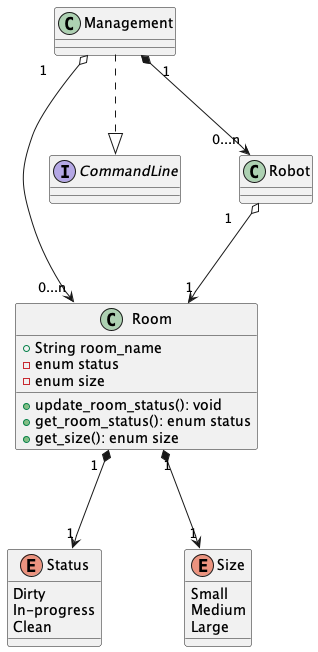
This is docs/design/images/room_class_diagram.png from ur-cs-courses/course-project-krykna, a PlantUML export, as it was before one commit.
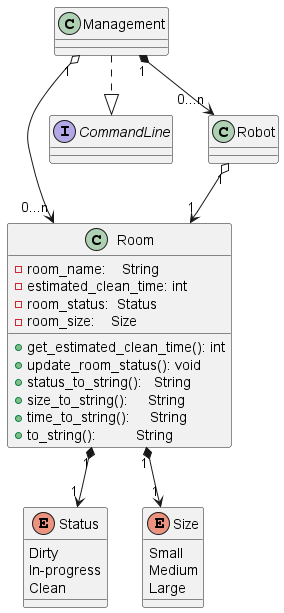
After the change.

What changed in the source:
```diff
@@ -1,11 +1,15 @@
 @startuml
 class Room {
-    + String room_name
-    - enum status
-    - enum size
+    - room_name:    String
+    - estimated_clean_time: int
+    - room_status:  Status
+    - room_size:    Size
+    + get_estimated_clean_time(): int
     + update_room_status(): void
-    + get_room_status(): enum status
-    + get_size(): enum size
+    + status_to_string():   String
+    + size_to_string():     String
+    + time_to_string():     String
+    + to_string():          String
 }
 
 enum Status {
```
